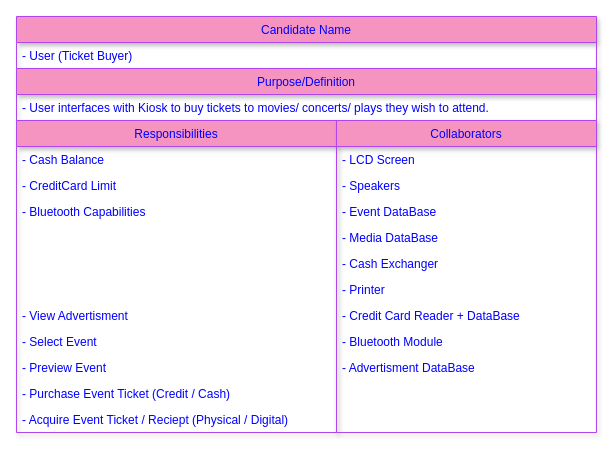
This is page "Cashier" (3 of 3) of Assignments/BO/BO3/3.drawio from casonk/university-coursework, a draw.io file, before an edit. Source tidied: cells renumbered, new cells numbered last; positions are measured from the earlier drawing's top-left corner, leaving out a move shared by most shapes. Both pictures are drawn from the tidied source at 100%, with x=0, y=0 at pixel (16, 16).
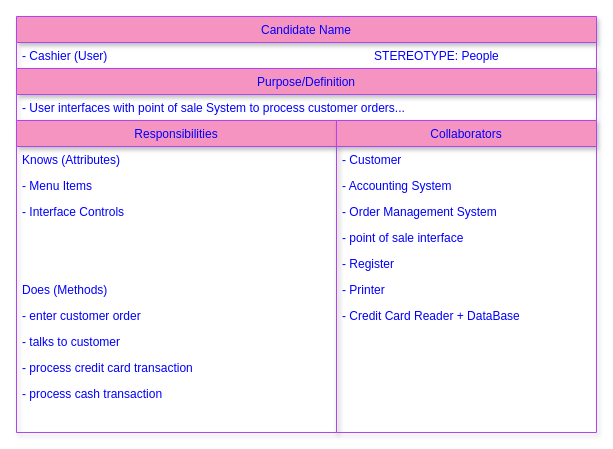
After the change.

The change refers to these unchanged cells:
```xml
<mxCell id="2" value="Candidate Name" style="swimlane;fontStyle=0;horizontal=1;startSize=26;rounded=0;sketch=0;strokeColor=#AF45ED;fillColor=#F694C1;fontColor=#0000FF;shadow=1;" parent="1" vertex="1">
  <mxGeometry width="580" height="52" as="geometry" />
</mxCell>
<mxCell id="4" value="Purpose/Definition" style="swimlane;fontStyle=0;horizontal=1;startSize=26;rounded=0;sketch=0;strokeColor=#AF45ED;fillColor=#F694C1;fontColor=#0000FF;shadow=1;" parent="1" vertex="1">
  <mxGeometry y="52" width="580" height="52" as="geometry" />
</mxCell>
<mxCell id="6" value="Responsibilities" style="swimlane;fontStyle=0;horizontal=1;startSize=26;rounded=0;sketch=0;strokeColor=#AF45ED;fillColor=#F694C1;fontColor=#0000FF;shadow=1;" parent="1" vertex="1">
  <mxGeometry y="104" width="320" height="312" as="geometry" />
</mxCell>
<mxCell id="18" value="Collaborators" style="swimlane;fontStyle=0;horizontal=1;startSize=26;rounded=0;sketch=0;strokeColor=#AF45ED;fillColor=#F694C1;fontColor=#0000FF;shadow=1;" parent="1" vertex="1">
  <mxGeometry x="320" y="104" width="260" height="312" as="geometry" />
</mxCell>
```

Diff of the diagram source:
```diff
@@
-    <mxCell id="3" value="- User (Ticket Buyer)" style="text;strokeColor=none;fillColor=none;align=left;verticalAlign=top;spacingLeft=4;spacingRight=4;overflow=hidden;fontColor=#0000FF;shadow=1;" parent="2" vertex="1">
+    <mxCell id="3" value="- Cashier (User)                                                                                STEREOTYPE: People" style="text;strokeColor=none;fillColor=none;align=left;verticalAlign=top;spacingLeft=4;spacingRight=4;overflow=hidden;fontColor=#0000FF;shadow=1;" parent="2" vertex="1">
       <mxGeometry y="26" width="580" height="26" as="geometry" />
     </mxCell>
@@
-    <mxCell id="5" value="- User interfaces with Kiosk to buy tickets to movies/ concerts/ plays they wish to attend." style="text;strokeColor=none;fillColor=none;align=left;verticalAlign=top;spacingLeft=4;spacingRight=4;overflow=hidden;fontColor=#0000FF;shadow=1;" parent="4" vertex="1">
+    <mxCell id="5" value="- User interfaces with point of sale System to process customer orders... " style="text;strokeColor=none;fillColor=none;align=left;verticalAlign=top;spacingLeft=4;spacingRight=4;overflow=hidden;fontColor=#0000FF;shadow=1;" parent="4" vertex="1">
       <mxGeometry y="26" width="580" height="26" as="geometry" />
     </mxCell>
@@
-    <mxCell id="7" value="- Cash Balance" style="text;strokeColor=none;fillColor=none;align=left;verticalAlign=top;spacingLeft=4;spacingRight=4;overflow=hidden;fontColor=#0000FF;shadow=1;" parent="6" vertex="1">
+    <mxCell id="7" value="Knows (Attributes)" style="text;strokeColor=none;fillColor=none;align=left;verticalAlign=top;spacingLeft=4;spacingRight=4;overflow=hidden;fontColor=#0000FF;shadow=1;" parent="6" vertex="1">
       <mxGeometry y="26" width="320" height="26" as="geometry" />
     </mxCell>
-    <mxCell id="8" value="- CreditCard Limit" style="text;strokeColor=none;fillColor=none;align=left;verticalAlign=top;spacingLeft=4;spacingRight=4;overflow=hidden;fontColor=#0000FF;shadow=1;" parent="6" vertex="1">
+    <mxCell id="8" value="- Menu Items" style="text;strokeColor=none;fillColor=none;align=left;verticalAlign=top;spacingLeft=4;spacingRight=4;overflow=hidden;fontColor=#0000FF;shadow=1;" parent="6" vertex="1">
       <mxGeometry y="52" width="320" height="26" as="geometry" />
     </mxCell>
-    <mxCell id="9" value="- Bluetooth Capabilities" style="text;strokeColor=none;fillColor=none;align=left;verticalAlign=top;spacingLeft=4;spacingRight=4;overflow=hidden;fontColor=#0000FF;shadow=1;" parent="6" vertex="1">
+    <mxCell id="9" value="- Interface Controls" style="text;strokeColor=none;fillColor=none;align=left;verticalAlign=top;spacingLeft=4;spacingRight=4;overflow=hidden;fontColor=#0000FF;shadow=1;" parent="6" vertex="1">
       <mxGeometry y="78" width="320" height="26" as="geometry" />
     </mxCell>
@@
-    <mxCell id="12" value=" " style="text;strokeColor=none;fillColor=none;align=left;verticalAlign=top;spacingLeft=4;spacingRight=4;overflow=hidden;fontColor=#0000FF;shadow=1;" parent="6" vertex="1">
+    <mxCell id="12" value="Does (Methods)" style="text;strokeColor=none;fillColor=none;align=left;verticalAlign=top;spacingLeft=4;spacingRight=4;overflow=hidden;fontColor=#0000FF;shadow=1;" parent="6" vertex="1">
       <mxGeometry y="156" width="320" height="26" as="geometry" />
     </mxCell>
-    <mxCell id="13" value="- View Advertisment" style="text;strokeColor=none;fillColor=none;align=left;verticalAlign=top;spacingLeft=4;spacingRight=4;overflow=hidden;fontColor=#0000FF;shadow=1;" parent="6" vertex="1">
+    <mxCell id="13" value="- enter customer order" style="text;strokeColor=none;fillColor=none;align=left;verticalAlign=top;spacingLeft=4;spacingRight=4;overflow=hidden;fontColor=#0000FF;shadow=1;" parent="6" vertex="1">
       <mxGeometry y="182" width="320" height="26" as="geometry" />
     </mxCell>
-    <mxCell id="14" value="- Select Event    " style="text;strokeColor=none;fillColor=none;align=left;verticalAlign=top;spacingLeft=4;spacingRight=4;overflow=hidden;fontColor=#0000FF;shadow=1;" parent="6" vertex="1">
+    <mxCell id="14" value="- talks to customer" style="text;strokeColor=none;fillColor=none;align=left;verticalAlign=top;spacingLeft=4;spacingRight=4;overflow=hidden;fontColor=#0000FF;shadow=1;" parent="6" vertex="1">
       <mxGeometry y="208" width="320" height="26" as="geometry" />
     </mxCell>
-    <mxCell id="15" value="- Preview Event" style="text;strokeColor=none;fillColor=none;align=left;verticalAlign=top;spacingLeft=4;spacingRight=4;overflow=hidden;fontColor=#0000FF;shadow=1;" parent="6" vertex="1">
+    <mxCell id="15" value="- process credit card transaction" style="text;strokeColor=none;fillColor=none;align=left;verticalAlign=top;spacingLeft=4;spacingRight=4;overflow=hidden;fontColor=#0000FF;shadow=1;" parent="6" vertex="1">
       <mxGeometry y="234" width="320" height="26" as="geometry" />
     </mxCell>
-    <mxCell id="16" value="- Purchase Event Ticket (Credit / Cash)" style="text;strokeColor=none;fillColor=none;align=left;verticalAlign=top;spacingLeft=4;spacingRight=4;overflow=hidden;fontColor=#0000FF;shadow=1;" parent="6" vertex="1">
+    <mxCell id="16" value="- process cash transaction" style="text;strokeColor=none;fillColor=none;align=left;verticalAlign=top;spacingLeft=4;spacingRight=4;overflow=hidden;fontColor=#0000FF;shadow=1;" parent="6" vertex="1">
       <mxGeometry y="260" width="320" height="26" as="geometry" />
     </mxCell>
-    <mxCell id="17" value="- Acquire Event Ticket / Reciept (Physical / Digital)" style="text;strokeColor=none;fillColor=none;align=left;verticalAlign=top;spacingLeft=4;spacingRight=4;overflow=hidden;fontColor=#0000FF;shadow=1;" parent="6" vertex="1">
+    <mxCell id="17" value=" " style="text;strokeColor=none;fillColor=none;align=left;verticalAlign=top;spacingLeft=4;spacingRight=4;overflow=hidden;fontColor=#0000FF;shadow=1;" parent="6" vertex="1">
       <mxGeometry y="286" width="320" height="26" as="geometry" />
     </mxCell>
@@
-    <mxCell id="19" value="- LCD Screen " style="text;strokeColor=none;fillColor=none;align=left;verticalAlign=top;spacingLeft=4;spacingRight=4;overflow=hidden;fontColor=#0000FF;shadow=1;" parent="18" vertex="1">
+    <mxCell id="19" value="- Customer" style="text;strokeColor=none;fillColor=none;align=left;verticalAlign=top;spacingLeft=4;spacingRight=4;overflow=hidden;fontColor=#0000FF;shadow=1;" parent="18" vertex="1">
       <mxGeometry y="26" width="260" height="26" as="geometry" />
     </mxCell>
-    <mxCell id="20" value="- Speakers    " style="text;strokeColor=none;fillColor=none;align=left;verticalAlign=top;spacingLeft=4;spacingRight=4;overflow=hidden;fontColor=#0000FF;shadow=1;" parent="18" vertex="1">
+    <mxCell id="20" value="- Accounting System " style="text;strokeColor=none;fillColor=none;align=left;verticalAlign=top;spacingLeft=4;spacingRight=4;overflow=hidden;fontColor=#0000FF;shadow=1;" parent="18" vertex="1">
       <mxGeometry y="52" width="260" height="26" as="geometry" />
     </mxCell>
-    <mxCell id="21" value="- Event DataBase" style="text;strokeColor=none;fillColor=none;align=left;verticalAlign=top;spacingLeft=4;spacingRight=4;overflow=hidden;fontColor=#0000FF;shadow=1;" parent="18" vertex="1">
+    <mxCell id="21" value="- Order Management System" style="text;strokeColor=none;fillColor=none;align=left;verticalAlign=top;spacingLeft=4;spacingRight=4;overflow=hidden;fontColor=#0000FF;shadow=1;" parent="18" vertex="1">
       <mxGeometry y="78" width="260" height="26" as="geometry" />
     </mxCell>
-    <mxCell id="22" value="- Media DataBase" style="text;strokeColor=none;fillColor=none;align=left;verticalAlign=top;spacingLeft=4;spacingRight=4;overflow=hidden;fontColor=#0000FF;shadow=1;" parent="18" vertex="1">
+    <mxCell id="22" value="- point of sale interface" style="text;strokeColor=none;fillColor=none;align=left;verticalAlign=top;spacingLeft=4;spacingRight=4;overflow=hidden;fontColor=#0000FF;shadow=1;" parent="18" vertex="1">
       <mxGeometry y="104" width="260" height="26" as="geometry" />
     </mxCell>
-    <mxCell id="23" value="- Cash Exchanger" style="text;strokeColor=none;fillColor=none;align=left;verticalAlign=top;spacingLeft=4;spacingRight=4;overflow=hidden;points=[[0,0.5],[1,0.5]];portConstraint=eastwest;fontColor=#0000FF;shadow=1;" parent="18" vertex="1">
+    <mxCell id="23" value="- Register" style="text;strokeColor=none;fillColor=none;align=left;verticalAlign=top;spacingLeft=4;spacingRight=4;overflow=hidden;points=[[0,0.5],[1,0.5]];portConstraint=eastwest;fontColor=#0000FF;shadow=1;" parent="18" vertex="1">
       <mxGeometry y="130" width="260" height="26" as="geometry" />
     </mxCell>
@@
-    <mxCell id="26" value="- Bluetooth Module" style="text;strokeColor=none;fillColor=none;align=left;verticalAlign=top;spacingLeft=4;spacingRight=4;overflow=hidden;fontColor=#0000FF;shadow=1;" parent="18" vertex="1">
+    <mxCell id="26" value=" " style="text;strokeColor=none;fillColor=none;align=left;verticalAlign=top;spacingLeft=4;spacingRight=4;overflow=hidden;fontColor=#0000FF;shadow=1;" parent="18" vertex="1">
       <mxGeometry y="208" width="260" height="26" as="geometry" />
     </mxCell>
-    <mxCell id="27" value="- Advertisment DataBase" style="text;strokeColor=none;fillColor=none;align=left;verticalAlign=top;spacingLeft=4;spacingRight=4;overflow=hidden;fontColor=#0000FF;shadow=1;" parent="18" vertex="1">
+    <mxCell id="27" value=" " style="text;strokeColor=none;fillColor=none;align=left;verticalAlign=top;spacingLeft=4;spacingRight=4;overflow=hidden;fontColor=#0000FF;shadow=1;" parent="18" vertex="1">
       <mxGeometry y="234" width="260" height="26" as="geometry" />
     </mxCell>
```
